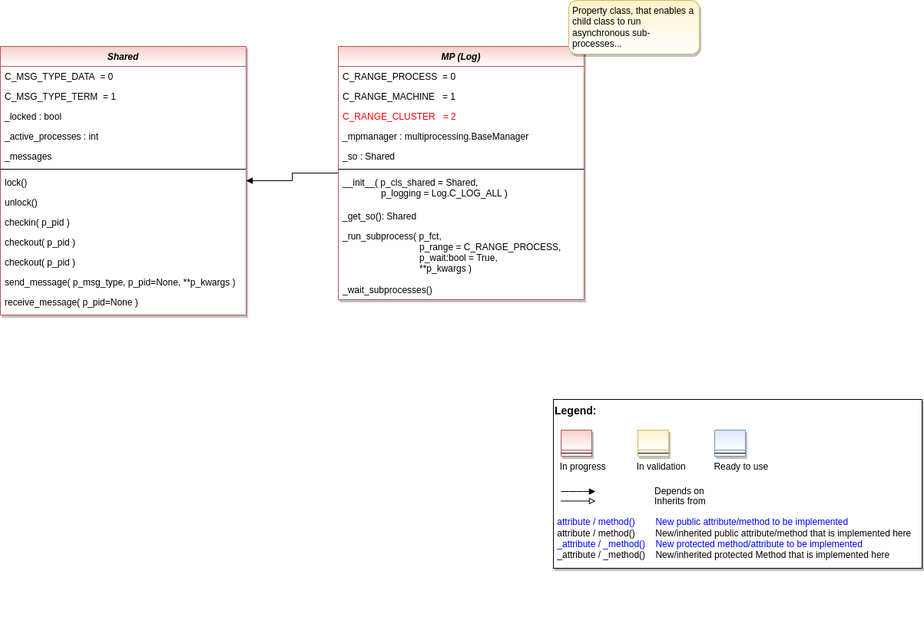
This is doc/rtd/content/append2/core/images/bf/MLPro-BF-MP_class_diagram.drawio.png from fhswf/MLPro, a draw.io export, as it was before one commit. Source tidied: cells renumbered, new cells last; positions are measured from the earlier drawing's top-left corner, leaving out a move shared by most shapes.
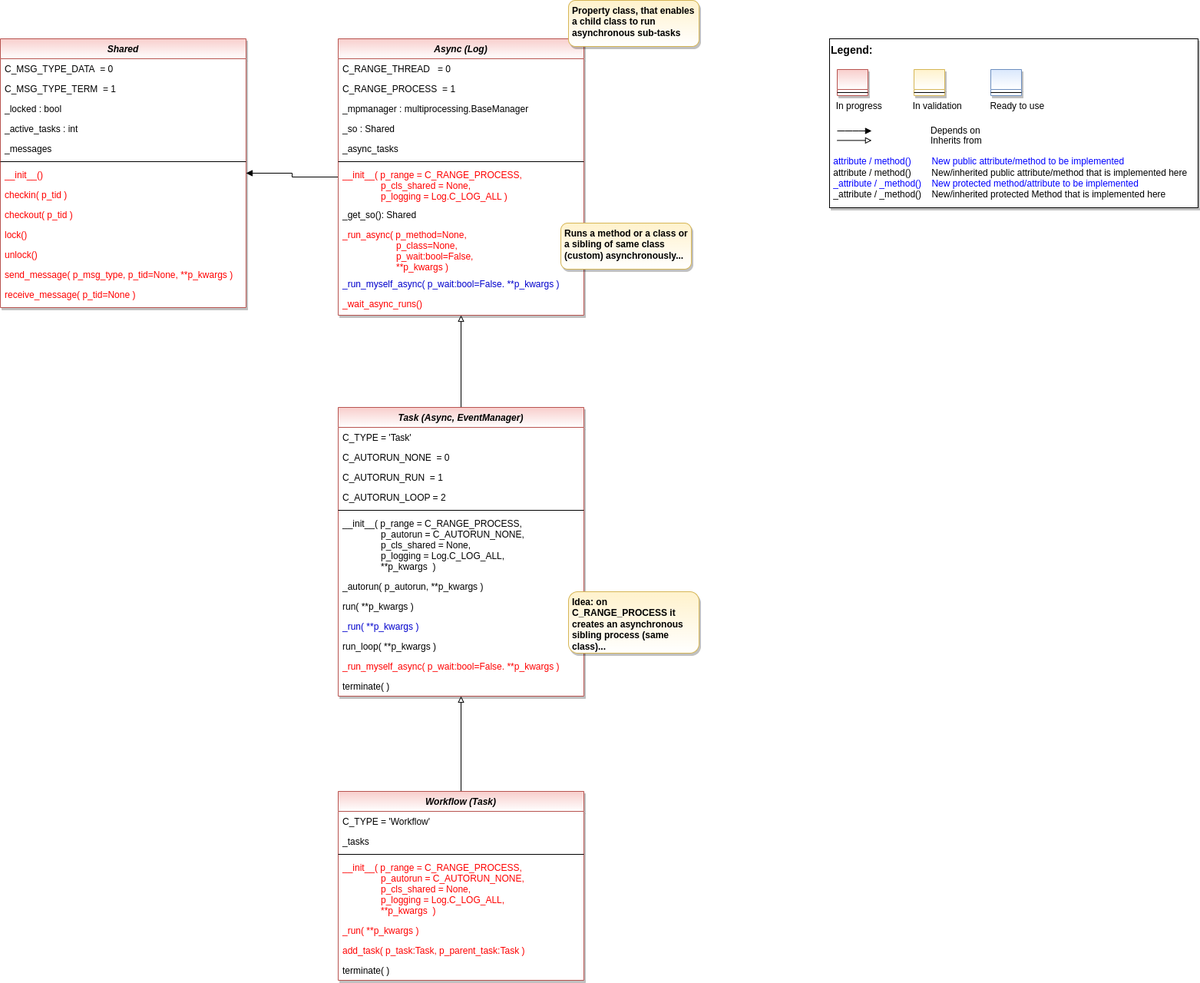
The same diagram one commit later.

Commit message:
class definition and rtd integration

The edit, as a diff of the source:
```diff
@@ -3,7 +3,7 @@
     <mxCell id="0" />
     <mxCell id="1" parent="0" />
     <mxCell id="2" style="group;" parent="1" vertex="1">
-      <mxGeometry x="720" y="520" width="480" height="220" as="geometry" />
+      <mxGeometry x="1080" y="60" width="480" height="220" as="geometry" />
     </mxCell>
     <mxCell id="3" value="&lt;font color=&quot;#000000&quot; size=&quot;1&quot;&gt;&lt;b style=&quot;font-size: 14px&quot;&gt;Legend:&lt;br&gt;&lt;/b&gt;&lt;/font&gt;&lt;br&gt;&lt;br&gt;&lt;br&gt;&lt;font color=&quot;#0000ff&quot; style=&quot;font-size: 6px&quot;&gt;&lt;br&gt;&lt;/font&gt;&lt;span style=&quot;color: rgb(0 , 0 , 0)&quot;&gt;&lt;font style=&quot;font-size: 4px&quot;&gt;&amp;nbsp; &amp;nbsp;&lt;/font&gt;&amp;nbsp;In progress&amp;nbsp; &amp;nbsp; &amp;nbsp; &amp;nbsp; &amp;nbsp; &amp;nbsp; In validation&amp;nbsp; &amp;nbsp; &amp;nbsp; &amp;nbsp; &amp;nbsp; &amp;nbsp;Ready to use&lt;/span&gt;&lt;font color=&quot;#000000&quot;&gt;&amp;nbsp;&lt;br&gt;&lt;/font&gt;&lt;font color=&quot;#0000ff&quot;&gt;&lt;br&gt;&lt;br&gt;&lt;br&gt;&lt;br&gt;&amp;nbsp;attribute / method()&amp;nbsp; &amp;nbsp; &amp;nbsp; &amp;nbsp; New public attribute/method to be implemented&lt;/font&gt;&lt;br&gt;&lt;font color=&quot;#000000&quot;&gt;&amp;nbsp;&lt;/font&gt;&lt;font color=&quot;#000000&quot;&gt;attribute / method()&lt;span&gt;&#9;&lt;/span&gt;&amp;nbsp; &amp;nbsp; &amp;nbsp; &amp;nbsp;New/inherited public attribute/method that is implemented here&lt;br&gt;&lt;/font&gt;&lt;font color=&quot;#0000ff&quot;&gt;&amp;nbsp;_attribute /&amp;nbsp;&lt;/font&gt;&lt;font color=&quot;#0000ff&quot;&gt;_method()&amp;nbsp; &amp;nbsp; New protected method/attribute to be implemented&lt;/font&gt;&lt;br&gt;&lt;font color=&quot;#000000&quot;&gt;&amp;nbsp;_attribute / _method()&amp;nbsp; &amp;nbsp; New/inherited protected Method that is implemented here&lt;br&gt;&lt;/font&gt;&lt;font color=&quot;#000000&quot;&gt;&lt;br&gt;&lt;br&gt;&lt;br&gt;&lt;br&gt;&lt;br&gt;&lt;/font&gt;" style="text;html=1;align=left;verticalAlign=top;whiteSpace=wrap;rounded=0;fontColor=#006600;strokeColor=#000000;shadow=1;fillColor=#ffffff;" parent="2" vertex="1">
       <mxGeometry width="480" height="220" as="geometry" />
@@ -55,7 +55,7 @@
     <mxCell id="15" value="_locked : bool" style="text;align=left;verticalAlign=top;spacingLeft=4;spacingRight=4;overflow=hidden;" parent="12" vertex="1">
       <mxGeometry y="78" width="320" height="26" as="geometry" />
     </mxCell>
-    <mxCell id="16" value="_active_processes : int" style="text;align=left;verticalAlign=top;spacingLeft=4;spacingRight=4;overflow=hidden;" parent="12" vertex="1">
+    <mxCell id="16" value="_active_tasks : int" style="text;align=left;verticalAlign=top;spacingLeft=4;spacingRight=4;overflow=hidden;" parent="12" vertex="1">
       <mxGeometry y="104" width="320" height="26" as="geometry" />
     </mxCell>
     <mxCell id="17" value="_messages" style="text;align=left;verticalAlign=top;spacingLeft=4;spacingRight=4;overflow=hidden;" parent="12" vertex="1">
@@ -64,65 +64,143 @@
     <mxCell id="18" style="line;html=1;strokeWidth=1;align=left;verticalAlign=middle;spacingTop=-1;spacingLeft=3;spacingRight=3;labelPosition=right;" parent="12" vertex="1">
       <mxGeometry y="156" width="320" height="8" as="geometry" />
     </mxCell>
+    <mxCell id="39" value="__init__()" style="text;align=left;verticalAlign=top;spacingLeft=4;spacingRight=4;overflow=hidden;fontColor=#FF0000;" parent="12" vertex="1">
+      <mxGeometry y="164" width="320" height="26" as="geometry" />
+    </mxCell>
+    <mxCell id="21" value="checkin( p_tid )" style="text;align=left;verticalAlign=top;spacingLeft=4;spacingRight=4;overflow=hidden;fontColor=#FF0000;" parent="12" vertex="1">
+      <mxGeometry y="190" width="320" height="26" as="geometry" />
+    </mxCell>
+    <mxCell id="22" value="checkout( p_tid )" style="text;align=left;verticalAlign=top;spacingLeft=4;spacingRight=4;overflow=hidden;fontColor=#FF0000;" parent="12" vertex="1">
+      <mxGeometry y="216" width="320" height="26" as="geometry" />
+    </mxCell>
-    <mxCell id="19" value="lock()" style="text;align=left;verticalAlign=top;spacingLeft=4;spacingRight=4;overflow=hidden;" parent="12" vertex="1">
-      <mxGeometry y="164" width="320" height="26" as="geometry" />
+    <mxCell id="19" value="lock()" style="text;align=left;verticalAlign=top;spacingLeft=4;spacingRight=4;overflow=hidden;fontColor=#FF0000;" parent="12" vertex="1">
+      <mxGeometry y="242" width="320" height="26" as="geometry" />
     </mxCell>
-    <mxCell id="20" value="unlock()" style="text;align=left;verticalAlign=top;spacingLeft=4;spacingRight=4;overflow=hidden;" parent="12" vertex="1">
-      <mxGeometry y="190" width="320" height="26" as="geometry" />
+    <mxCell id="20" value="unlock()" style="text;align=left;verticalAlign=top;spacingLeft=4;spacingRight=4;overflow=hidden;fontColor=#FF0000;" parent="12" vertex="1">
+      <mxGeometry y="268" width="320" height="26" as="geometry" />
     </mxCell>
-    <mxCell id="21" value="checkin( p_pid )" style="text;align=left;verticalAlign=top;spacingLeft=4;spacingRight=4;overflow=hidden;" parent="12" vertex="1">
-      <mxGeometry y="216" width="320" height="26" as="geometry" />
-    </mxCell>
-    <mxCell id="22" value="checkout( p_pid )" style="text;align=left;verticalAlign=top;spacingLeft=4;spacingRight=4;overflow=hidden;" parent="12" vertex="1">
-      <mxGeometry y="242" width="320" height="26" as="geometry" />
-    </mxCell>
-    <mxCell id="23" value="checkout( p_pid )" style="text;align=left;verticalAlign=top;spacingLeft=4;spacingRight=4;overflow=hidden;" parent="12" vertex="1">
-      <mxGeometry y="268" width="320" height="26" as="geometry" />
-    </mxCell>
-    <mxCell id="24" value="send_message( p_msg_type, p_pid=None, **p_kwargs )" style="text;align=left;verticalAlign=top;spacingLeft=4;spacingRight=4;overflow=hidden;" parent="12" vertex="1">
+    <mxCell id="24" value="send_message( p_msg_type, p_tid=None, **p_kwargs )" style="text;align=left;verticalAlign=top;spacingLeft=4;spacingRight=4;overflow=hidden;fontColor=#FF0000;" parent="12" vertex="1">
       <mxGeometry y="294" width="320" height="26" as="geometry" />
     </mxCell>
-    <mxCell id="25" value="receive_message( p_pid=None )" style="text;align=left;verticalAlign=top;spacingLeft=4;spacingRight=4;overflow=hidden;" parent="12" vertex="1">
+    <mxCell id="25" value="receive_message( p_tid=None )" style="text;align=left;verticalAlign=top;spacingLeft=4;spacingRight=4;overflow=hidden;fontColor=#FF0000;" parent="12" vertex="1">
       <mxGeometry y="320" width="320" height="26" as="geometry" />
     </mxCell>
     <mxCell id="26" style="edgeStyle=orthogonalEdgeStyle;rounded=0;jettySize=auto;html=1;endArrow=block;endFill=1;" parent="1" edge="1" source="27" target="12">
       <mxGeometry relative="1" as="geometry" />
     </mxCell>
-    <mxCell id="27" value="MP (Log)" style="swimlane;fontStyle=3;align=center;verticalAlign=top;horizontal=1;startSize=26;rounded=0;shadow=1;strokeWidth=1;fillColor=#f8cecc;strokeColor=#b85450;glass=0;swimlaneFillColor=#ffffff;gradientColor=#ffffff;" parent="1" vertex="1">
-      <mxGeometry x="440" y="60" width="320" height="330" as="geometry" />
+    <mxCell id="27" value="Async (Log)" style="swimlane;fontStyle=3;align=center;verticalAlign=top;horizontal=1;startSize=26;rounded=0;shadow=1;strokeWidth=1;fillColor=#f8cecc;strokeColor=#b85450;glass=0;swimlaneFillColor=#ffffff;gradientColor=#ffffff;" parent="1" vertex="1">
+      <mxGeometry x="440" y="60" width="320" height="360" as="geometry" />
     </mxCell>
+    <mxCell id="29" value="C_RANGE_THREAD   = 0" style="text;align=left;verticalAlign=top;spacingLeft=4;spacingRight=4;overflow=hidden;" parent="27" vertex="1">
+      <mxGeometry y="26" width="320" height="26" as="geometry" />
+    </mxCell>
-    <mxCell id="28" value="C_RANGE_PROCESS  = 0" style="text;align=left;verticalAlign=top;spacingLeft=4;spacingRight=4;overflow=hidden;" parent="27" vertex="1">
-      <mxGeometry y="26" width="320" height="26" as="geometry" />
+    <mxCell id="28" value="C_RANGE_PROCESS  = 1" style="text;align=left;verticalAlign=top;spacingLeft=4;spacingRight=4;overflow=hidden;" parent="27" vertex="1">
+      <mxGeometry y="52" width="320" height="26" as="geometry" />
     </mxCell>
-    <mxCell id="29" value="C_RANGE_MACHINE   = 1" style="text;align=left;verticalAlign=top;spacingLeft=4;spacingRight=4;overflow=hidden;" parent="27" vertex="1">
-      <mxGeometry y="52" width="320" height="26" as="geometry" />
-    </mxCell>
-    <mxCell id="30" value="C_RANGE_CLUSTER   = 2" style="text;align=left;verticalAlign=top;spacingLeft=4;spacingRight=4;overflow=hidden;fontColor=#FF0000;" parent="27" vertex="1">
-      <mxGeometry y="78" width="320" height="26" as="geometry" />
-    </mxCell>
     <mxCell id="31" value="_mpmanager : multiprocessing.BaseManager" style="text;align=left;verticalAlign=top;spacingLeft=4;spacingRight=4;overflow=hidden;" parent="27" vertex="1">
-      <mxGeometry y="104" width="320" height="26" as="geometry" />
+      <mxGeometry y="78" width="320" height="26" as="geometry" />
     </mxCell>
     <mxCell id="32" value="_so : Shared" style="text;align=left;verticalAlign=top;spacingLeft=4;spacingRight=4;overflow=hidden;" parent="27" vertex="1">
-      <mxGeometry y="130" width="320" height="26" as="geometry" />
+      <mxGeometry y="104" width="320" height="26" as="geometry" />
     </mxCell>
+    <mxCell id="40" value="_async_tasks" style="text;align=left;verticalAlign=top;spacingLeft=4;spacingRight=4;overflow=hidden;" parent="27" vertex="1">
+      <mxGeometry y="130" width="320" height="26" as="geometry" />
+    </mxCell>
     <mxCell id="33" style="line;html=1;strokeWidth=1;align=left;verticalAlign=middle;spacingTop=-1;spacingLeft=3;spacingRight=3;labelPosition=right;" parent="27" vertex="1">
       <mxGeometry y="156" width="320" height="8" as="geometry" />
     </mxCell>
-    <mxCell id="34" value="__init__( p_cls_shared = Shared,&#10;               p_logging = Log.C_LOG_ALL )" style="text;align=left;verticalAlign=top;spacingLeft=4;spacingRight=4;overflow=hidden;fontColor=default;" parent="27" vertex="1">
-      <mxGeometry y="164" width="320" height="44" as="geometry" />
+    <mxCell id="34" value="__init__( p_range = C_RANGE_PROCESS,&#10;               p_cls_shared = None,&#10;               p_logging = Log.C_LOG_ALL )" style="text;align=left;verticalAlign=top;spacingLeft=4;spacingRight=4;overflow=hidden;fontColor=#FF0000;" parent="27" vertex="1">
+      <mxGeometry y="164" width="320" height="52" as="geometry" />
     </mxCell>
-    <mxCell id="35" value="_get_so(): Shared" style="text;align=left;verticalAlign=top;spacingLeft=4;spacingRight=4;overflow=hidden;" parent="27" vertex="1">
-      <mxGeometry y="208" width="320" height="26" as="geometry" />
+    <mxCell id="35" value="_get_so(): Shared" style="text;align=left;verticalAlign=top;spacingLeft=4;spacingRight=4;overflow=hidden;fontColor=default;" parent="27" vertex="1">
+      <mxGeometry y="216" width="320" height="26" as="geometry" />
     </mxCell>
-    <mxCell id="36" value="_run_subprocess( p_fct,&#10;                              p_range = C_RANGE_PROCESS, &#10;                              p_wait:bool = True,&#10;                              **p_kwargs )" style="text;align=left;verticalAlign=top;spacingLeft=4;spacingRight=4;overflow=hidden;" parent="27" vertex="1">
-      <mxGeometry y="234" width="320" height="70" as="geometry" />
+    <mxCell id="36" value="_run_async( p_method=None,&#10;                     p_class=None,&#10;                     p_wait:bool=False,&#10;                     **p_kwargs )" style="text;align=left;verticalAlign=top;spacingLeft=4;spacingRight=4;overflow=hidden;fontColor=#FF0000;" parent="27" vertex="1">
+      <mxGeometry y="242" width="320" height="64" as="geometry" />
     </mxCell>
+    <mxCell id="41" value="_run_myself_async( p_wait:bool=False. **p_kwargs )" style="text;align=left;verticalAlign=top;spacingLeft=4;spacingRight=4;overflow=hidden;fontColor=#0000CC;" parent="27" vertex="1">
+      <mxGeometry y="306" width="320" height="26" as="geometry" />
+    </mxCell>
-    <mxCell id="37" value="_wait_subprocesses()" style="text;align=left;verticalAlign=top;spacingLeft=4;spacingRight=4;overflow=hidden;" parent="27" vertex="1">
-      <mxGeometry y="304" width="320" height="26" as="geometry" />
+    <mxCell id="37" value="_wait_async_runs()" style="text;align=left;verticalAlign=top;spacingLeft=4;spacingRight=4;overflow=hidden;fontColor=#FF0000;" parent="27" vertex="1">
+      <mxGeometry y="332" width="320" height="26" as="geometry" />
     </mxCell>
-    <mxCell id="38" value="Property class, that enables a child class to run asynchronous sub-processes..." style="rounded=1;whiteSpace=wrap;html=1;fillColor=#fff2cc;strokeColor=#d6b656;shadow=1;gradientColor=#ffffff;fontStyle=0;align=left;verticalAlign=top;spacingRight=3;spacingLeft=3;" parent="1" vertex="1">
-      <mxGeometry x="740" width="170" height="70" as="geometry" />
+    <mxCell id="38" value="Property class, that enables a child class to run asynchronous sub-tasks" style="rounded=1;whiteSpace=wrap;html=1;fillColor=#fff2cc;strokeColor=#d6b656;shadow=1;gradientColor=#ffffff;fontStyle=1;align=left;verticalAlign=top;spacingRight=3;spacingLeft=3;" parent="1" vertex="1">
+      <mxGeometry x="740" y="10" width="170" height="60" as="geometry" />
     </mxCell>
+    <mxCell id="42" style="edgeStyle=orthogonalEdgeStyle;rounded=0;jettySize=auto;html=1;fontColor=#0000CC;endArrow=block;endFill=0;" parent="1" edge="1" source="43" target="27">
+      <mxGeometry relative="1" as="geometry" />
+    </mxCell>
+    <mxCell id="43" value="Task (Async, EventManager)" style="swimlane;fontStyle=3;align=center;verticalAlign=top;horizontal=1;startSize=26;rounded=0;shadow=1;strokeWidth=1;fillColor=#f8cecc;strokeColor=#b85450;glass=0;swimlaneFillColor=#ffffff;gradientColor=#ffffff;" parent="1" vertex="1">
+      <mxGeometry x="440" y="540" width="320" height="376" as="geometry" />
+    </mxCell>
+    <mxCell id="44" value="C_TYPE = 'Task'" style="text;align=left;verticalAlign=top;spacingLeft=4;spacingRight=4;overflow=hidden;" parent="43" vertex="1">
+      <mxGeometry y="26" width="320" height="26" as="geometry" />
+    </mxCell>
+    <mxCell id="45" value="C_AUTORUN_NONE  = 0" style="text;align=left;verticalAlign=top;spacingLeft=4;spacingRight=4;overflow=hidden;" parent="43" vertex="1">
+      <mxGeometry y="52" width="320" height="26" as="geometry" />
+    </mxCell>
+    <mxCell id="46" value="C_AUTORUN_RUN  = 1" style="text;align=left;verticalAlign=top;spacingLeft=4;spacingRight=4;overflow=hidden;" parent="43" vertex="1">
+      <mxGeometry y="78" width="320" height="26" as="geometry" />
+    </mxCell>
+    <mxCell id="47" value="C_AUTORUN_LOOP = 2" style="text;align=left;verticalAlign=top;spacingLeft=4;spacingRight=4;overflow=hidden;" parent="43" vertex="1">
+      <mxGeometry y="104" width="320" height="26" as="geometry" />
+    </mxCell>
+    <mxCell id="48" style="line;html=1;strokeWidth=1;align=left;verticalAlign=middle;spacingTop=-1;spacingLeft=3;spacingRight=3;labelPosition=right;" parent="43" vertex="1">
+      <mxGeometry y="130" width="320" height="8" as="geometry" />
+    </mxCell>
+    <mxCell id="49" value="__init__( p_range = C_RANGE_PROCESS,&#10;               p_autorun = C_AUTORUN_NONE,&#10;               p_cls_shared = None,&#10;               p_logging = Log.C_LOG_ALL,&#10;               **p_kwargs  )" style="text;align=left;verticalAlign=top;spacingLeft=4;spacingRight=4;overflow=hidden;fontColor=default;" parent="43" vertex="1">
+      <mxGeometry y="138" width="320" height="82" as="geometry" />
+    </mxCell>
+    <mxCell id="50" value="_autorun( p_autorun, **p_kwargs )" style="text;align=left;verticalAlign=top;spacingLeft=4;spacingRight=4;overflow=hidden;fontColor=default;" parent="43" vertex="1">
+      <mxGeometry y="220" width="320" height="26" as="geometry" />
+    </mxCell>
+    <mxCell id="51" value="run( **p_kwargs )" style="text;align=left;verticalAlign=top;spacingLeft=4;spacingRight=4;overflow=hidden;" parent="43" vertex="1">
+      <mxGeometry y="246" width="320" height="26" as="geometry" />
+    </mxCell>
+    <mxCell id="52" value="_run( **p_kwargs )" style="text;align=left;verticalAlign=top;spacingLeft=4;spacingRight=4;overflow=hidden;fontColor=#0000CC;" parent="43" vertex="1">
+      <mxGeometry y="272" width="320" height="26" as="geometry" />
+    </mxCell>
+    <mxCell id="53" value="run_loop( **p_kwargs )" style="text;align=left;verticalAlign=top;spacingLeft=4;spacingRight=4;overflow=hidden;" parent="43" vertex="1">
+      <mxGeometry y="298" width="320" height="26" as="geometry" />
+    </mxCell>
+    <mxCell id="54" value="_run_myself_async( p_wait:bool=False. **p_kwargs )" style="text;align=left;verticalAlign=top;spacingLeft=4;spacingRight=4;overflow=hidden;fontColor=#FF0000;" parent="43" vertex="1">
+      <mxGeometry y="324" width="320" height="26" as="geometry" />
+    </mxCell>
+    <mxCell id="55" value="terminate( )" style="text;align=left;verticalAlign=top;spacingLeft=4;spacingRight=4;overflow=hidden;" parent="43" vertex="1">
+      <mxGeometry y="350" width="320" height="26" as="geometry" />
+    </mxCell>
+    <mxCell id="56" style="edgeStyle=orthogonalEdgeStyle;rounded=0;jettySize=auto;html=1;fontColor=#0000CC;endArrow=block;endFill=0;" parent="1" edge="1" source="57" target="43">
+      <mxGeometry relative="1" as="geometry" />
+    </mxCell>
+    <mxCell id="57" value="Workflow (Task)" style="swimlane;fontStyle=3;align=center;verticalAlign=top;horizontal=1;startSize=26;rounded=0;shadow=1;strokeWidth=1;fillColor=#f8cecc;strokeColor=#b85450;glass=0;swimlaneFillColor=#ffffff;gradientColor=#ffffff;" parent="1" vertex="1">
+      <mxGeometry x="440" y="1040" width="320" height="246" as="geometry" />
+    </mxCell>
+    <mxCell id="58" value="C_TYPE = 'Workflow'" style="text;align=left;verticalAlign=top;spacingLeft=4;spacingRight=4;overflow=hidden;" parent="57" vertex="1">
+      <mxGeometry y="26" width="320" height="26" as="geometry" />
+    </mxCell>
+    <mxCell id="59" value="_tasks" style="text;align=left;verticalAlign=top;spacingLeft=4;spacingRight=4;overflow=hidden;" parent="57" vertex="1">
+      <mxGeometry y="52" width="320" height="26" as="geometry" />
+    </mxCell>
+    <mxCell id="60" style="line;html=1;strokeWidth=1;align=left;verticalAlign=middle;spacingTop=-1;spacingLeft=3;spacingRight=3;labelPosition=right;" parent="57" vertex="1">
+      <mxGeometry y="78" width="320" height="8" as="geometry" />
+    </mxCell>
+    <mxCell id="61" value="__init__( p_range = C_RANGE_PROCESS,&#10;               p_autorun = C_AUTORUN_NONE,&#10;               p_cls_shared = None,&#10;               p_logging = Log.C_LOG_ALL,&#10;               **p_kwargs  )" style="text;align=left;verticalAlign=top;spacingLeft=4;spacingRight=4;overflow=hidden;fontColor=#FF0000;" parent="57" vertex="1">
+      <mxGeometry y="86" width="320" height="82" as="geometry" />
+    </mxCell>
+    <mxCell id="62" value="_run( **p_kwargs )" style="text;align=left;verticalAlign=top;spacingLeft=4;spacingRight=4;overflow=hidden;fontColor=#FF0000;" parent="57" vertex="1">
+      <mxGeometry y="168" width="320" height="26" as="geometry" />
+    </mxCell>
+    <mxCell id="63" value="add_task( p_task:Task, p_parent_task:Task )" style="text;align=left;verticalAlign=top;spacingLeft=4;spacingRight=4;overflow=hidden;fontColor=#FF0000;" parent="57" vertex="1">
+      <mxGeometry y="194" width="320" height="26" as="geometry" />
+    </mxCell>
+    <mxCell id="64" value="terminate( )" style="text;align=left;verticalAlign=top;spacingLeft=4;spacingRight=4;overflow=hidden;" parent="57" vertex="1">
+      <mxGeometry y="220" width="320" height="26" as="geometry" />
+    </mxCell>
+    <mxCell id="65" value="Runs a method or a class or a sibling of same class (custom) asynchronously..." style="rounded=1;whiteSpace=wrap;html=1;fillColor=#fff2cc;strokeColor=#d6b656;shadow=1;gradientColor=#ffffff;fontStyle=1;align=left;verticalAlign=top;spacingRight=3;spacingLeft=3;" parent="1" vertex="1">
+      <mxGeometry x="730" y="300" width="170" height="60" as="geometry" />
+    </mxCell>
+    <mxCell id="66" value="Idea: on C_RANGE_PROCESS it creates an asynchronous sibling process (same class)..." style="rounded=1;whiteSpace=wrap;html=1;fillColor=#fff2cc;strokeColor=#d6b656;shadow=1;gradientColor=#ffffff;fontStyle=1;align=left;verticalAlign=top;spacingRight=3;spacingLeft=3;" parent="1" vertex="1">
+      <mxGeometry x="740" y="780" width="170" height="80" as="geometry" />
+    </mxCell>
   </root>
 </mxGraphModel>
```
